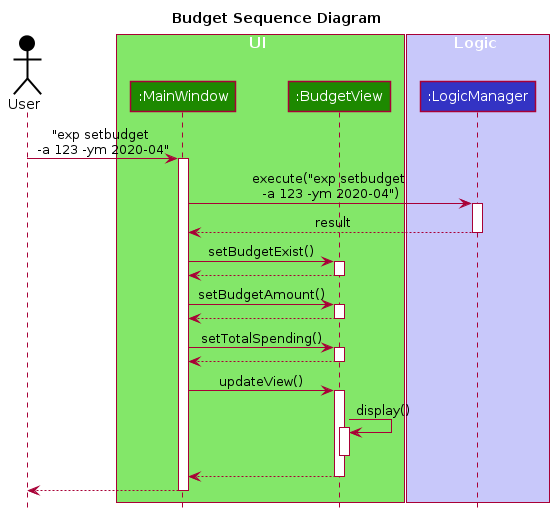
Above: images/BudgetSequenceDiagram.png in AY1920S2-CS2103T-T10-3/main (PlantUML), before the change. The source it was exported from:
```plantuml
@startuml








skinparam BackgroundColor #FFFFFFF

skinparam Shadowing false

skinparam Class {
    FontColor #FFFFFF
    BorderThickness 1
    BorderColor #FFFFFF
    StereotypeFontColor #FFFFFF
    FontName Arial
}

skinparam Actor {
    BorderColor #000000
    Color #000000
    FontName Arial
}

skinparam Sequence {
    MessageAlign center
    BoxFontSize 15
    BoxPadding 0
    BoxFontColor #FFFFFF
    FontName Arial
}

skinparam Participant {
    FontColor #FFFFFFF
    Padding 20
}

skinparam MinClassWidth 50
skinparam ParticipantPadding 10
skinparam Shadowing false
skinparam DefaultTextAlignment center
skinparam packageStyle Rectangle

hide footbox
hide members
hide circle
title Budget Sequence Diagram

Actor User as user #000000

box UI #83E769
participant ":MainWindow" as MainWindow #1D8900
participant ":BudgetView" as BudgetView #1D8900
end box

box Logic #C8C8FA
participant ":LogicManager" as LogicManager #3333C4

end box

user -> MainWindow : "exp setbudget \n-a 123 -ym 2020-04"
activate MainWindow

MainWindow -> LogicManager : execute("exp setbudget \n-a 123 -ym 2020-04")
activate LogicManager

LogicManager --> MainWindow : result
deactivate LogicManager

MainWindow -> BudgetView : setBudgetExist()
activate BudgetView
BudgetView --> MainWindow
deactivate BudgetView

MainWindow -> BudgetView : setBudgetAmount()
activate BudgetView
BudgetView --> MainWindow
deactivate BudgetView

MainWindow -> BudgetView : setTotalSpending()
activate BudgetView
BudgetView --> MainWindow
deactivate BudgetView

MainWindow -> BudgetView : updateView()
activate BudgetView

BudgetView -> BudgetView : display()
activate BudgetView
deactivate BudgetView

BudgetView --> MainWindow
deactivate BudgetView

MainWindow --> user
deactivate MainWindow

@enduml
```
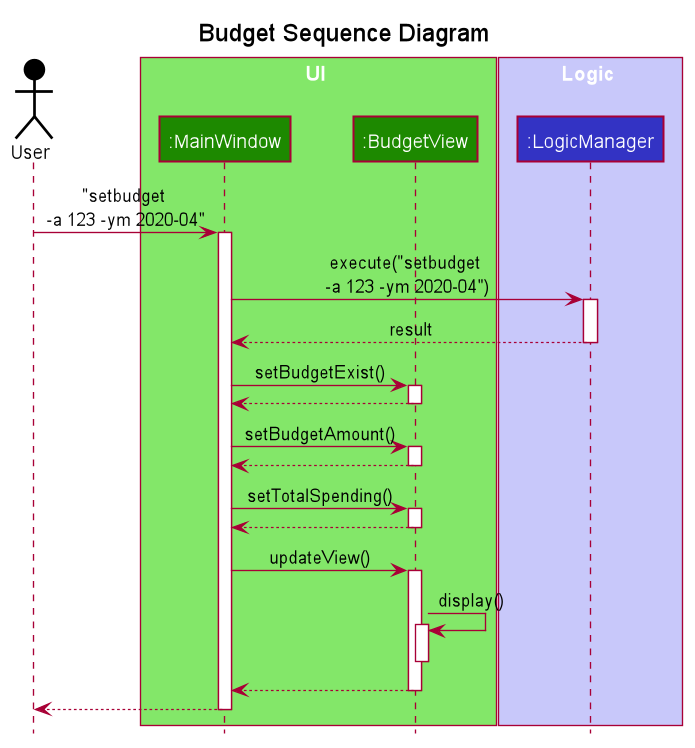
Later version of the same file.

The edit, as a diff of the source:
```diff
@@ -61,10 +61,10 @@
 
 end box
 
-user -> MainWindow : "exp setbudget \n-a 123 -ym 2020-04"
+user -> MainWindow : "setbudget \n-a 123 -ym 2020-04"
 activate MainWindow
 
-MainWindow -> LogicManager : execute("exp setbudget \n-a 123 -ym 2020-04")
+MainWindow -> LogicManager : execute("setbudget \n-a 123 -ym 2020-04")
 activate LogicManager
 
 LogicManager --> MainWindow : result
```
